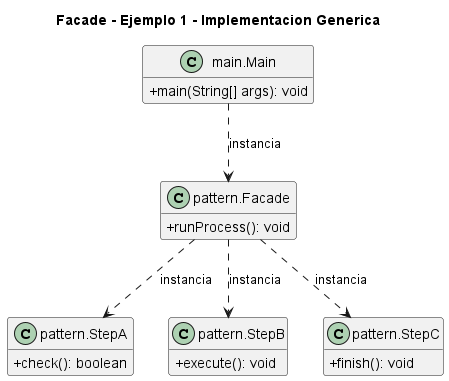
NicoCG32/Patrones-de-Software-y-Programacion-UCN keeps this PlantUML diagram as 2. Estructurales/Facade/Ejemplo 1 - Implementacion Generica/UML.png. Above is the earlier version. The source it was exported from:
```plantuml
@startuml
title Facade - Ejemplo 1 - Implementacion Generica
skinparam classAttributeIconSize 0
hide empty fields
class "main.Main" as main_Main {
  +main(String[] args): void
}
class "pattern.Facade" as pattern_Facade {
  +runProcess(): void
}
class "pattern.StepA" as pattern_StepA {
  +check(): boolean
}
class "pattern.StepB" as pattern_StepB {
  +execute(): void
}
class "pattern.StepC" as pattern_StepC {
  +finish(): void
}
main_Main ..> pattern_Facade : instancia
pattern_Facade ..> pattern_StepA : instancia
pattern_Facade ..> pattern_StepB : instancia
pattern_Facade ..> pattern_StepC : instancia
@enduml
```
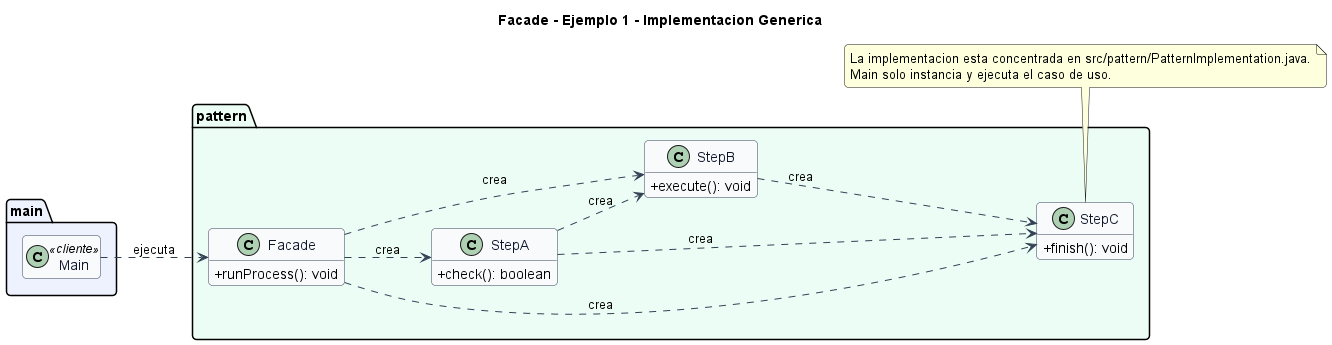
Above is the later version.

Change to the diagram source:
```diff
@@ -1,24 +1,47 @@
 @startuml
 title Facade - Ejemplo 1 - Implementacion Generica
+left to right direction
+skinparam backgroundColor #FFFFFF
+skinparam shadowing false
+skinparam roundcorner 8
 skinparam classAttributeIconSize 0
-hide empty fields
-class "main.Main" as main_Main {
-  +main(String[] args): void
+skinparam class {
+  BackgroundColor #F8FAFC
+  BorderColor #334155
+  ArrowColor #334155
+  FontColor #0F172A
 }
-class "pattern.Facade" as pattern_Facade {
-  +runProcess(): void
+hide empty members
+
+package "main" #EEF2FF {
+  class Main <<cliente>>
 }
-class "pattern.StepA" as pattern_StepA {
-  +check(): boolean
+
+package "pattern" #ECFDF5 {
+  class Facade {
+    +runProcess(): void
+  }
+  class StepA {
+    +check(): boolean
+  }
+  class StepB {
+    +execute(): void
+  }
+  class StepC {
+    +finish(): void
+  }
 }
-class "pattern.StepB" as pattern_StepB {
-  +execute(): void
-}
-class "pattern.StepC" as pattern_StepC {
-  +finish(): void
-}
-main_Main ..> pattern_Facade : instancia
-pattern_Facade ..> pattern_StepA : instancia
-pattern_Facade ..> pattern_StepB : instancia
-pattern_Facade ..> pattern_StepC : instancia
+
+Facade ..> StepB : crea
+Facade ..> StepC : crea
+Facade ..> StepA : crea
+StepA ..> StepB : crea
+StepA ..> StepC : crea
+StepB ..> StepC : crea
+Main ..> Facade : ejecuta
+
+note bottom
+La implementacion esta concentrada en src/pattern/PatternImplementation.java.
+Main solo instancia y ejecuta el caso de uso.
+end note
 @enduml
```
